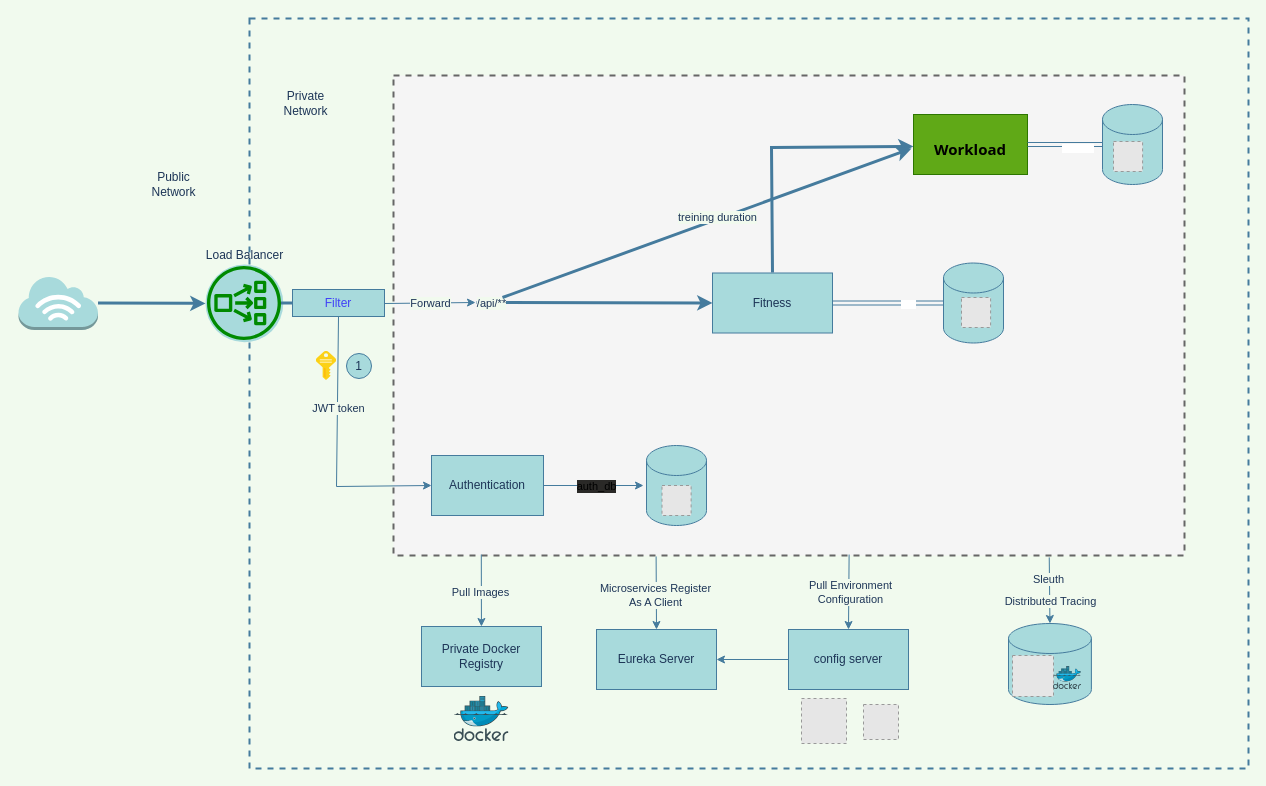
Earlier version of the draw.io diagram diagrams.drawio (komilovqudratjon/epam-microservices). Source tidied: cells renumbered, new cells numbered last; positions are measured from the earlier drawing's top-left corner, leaving out a move shared by most shapes. Both pictures are drawn from the tidied source at 100%, with x=0, y=0 at pixel (18, 18). Pictures stored in the file or linked from it are replaced by grey dashed boxes.
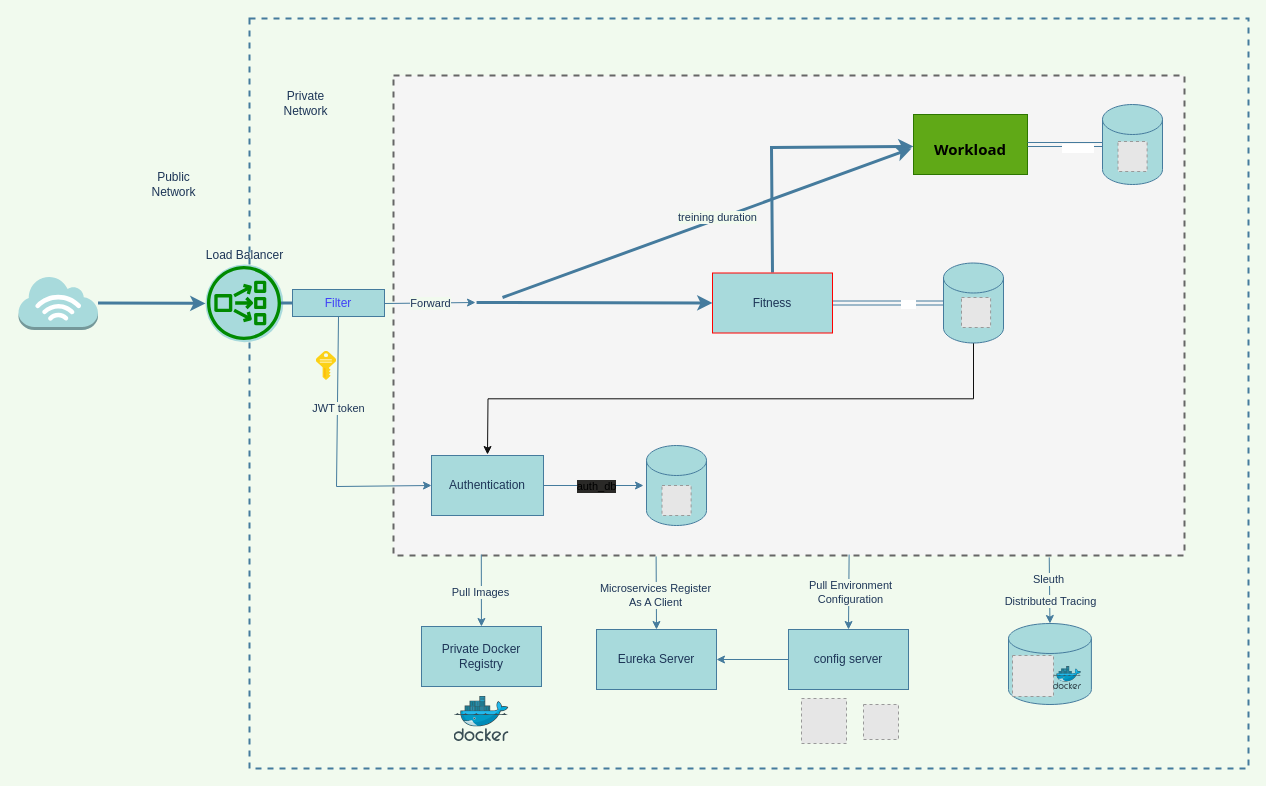
The same page after the edit.

The change refers to these unchanged cells:
```xml
<mxCell id="8" style="shape=cylinder3;whiteSpace=wrap;html=1;boundedLbl=1;backgroundOutline=1;size=15;rounded=0;fillColor=#A8DADC;strokeColor=#457B9D;fontColor=#1D3557;" parent="1" vertex="1">
  <mxGeometry x="925" y="244.5" width="60" height="80" as="geometry" />
</mxCell>
<mxCell id="46" style="edgeStyle=none;html=1;entryX=0;entryY=0.5;entryDx=0;entryDy=0;startArrow=none;startFill=0;endArrow=none;endFill=1;strokeWidth=3;fillColor=#A8DADC;strokeColor=#457B9D;rounded=0;labelBackgroundColor=#F1FAEE;fontColor=#1D3557;" parent="1" edge="1" source="23" target="45">
  <mxGeometry relative="1" as="geometry" />
</mxCell>
```

The edit, as a diff of the source:
```diff
@@
-    <mxCell id="7" value="Fitness" style="rounded=0;whiteSpace=wrap;html=1;fillColor=#A8DADC;strokeColor=#457B9D;fontColor=#1D3557;" parent="1" vertex="1">
+    <mxCell id="7" value="Fitness" style="rounded=0;whiteSpace=wrap;html=1;fillColor=#A8DADC;strokeColor=#FF0000;fontColor=#1D3557;" parent="1" vertex="1">
       <mxGeometry x="694" y="254.5" width="120" height="60" as="geometry" />
     </mxCell>
+    <mxCell id="58" style="edgeStyle=orthogonalEdgeStyle;rounded=0;jettySize=auto;html=1;exitX=0.5;exitY=1;exitDx=0;exitDy=0;exitPerimeter=0;strokeColor=#0F0F0F;" parent="1" edge="1" source="8">
+      <mxGeometry relative="1" as="geometry">
+        <mxPoint x="469" y="436" as="targetPoint" />
+      </mxGeometry>
+    </mxCell>
@@
-    <mxCell id="44" value="1" style="ellipse;whiteSpace=wrap;html=1;fillColor=#A8DADC;fontColor=#1D3557;strokeColor=#457B9D;rounded=0;" parent="1" vertex="1">
-      <mxGeometry x="328" y="335" width="25" height="25" as="geometry" />
-    </mxCell>
@@
-    <mxCell id="47" value="/api/**" style="edgeLabel;html=1;align=center;verticalAlign=middle;rounded=0;labelBackgroundColor=#F1FAEE;fontColor=#1D3557;" parent="46" vertex="1">
-      <mxGeometry x="-0.07" y="-1" relative="1" as="geometry">
-        <mxPoint x="205" y="-1" as="offset" />
-      </mxGeometry>
-    </mxCell>
@@
     <mxCell id="57" style="fillColor=#E6E6E6;strokeColor=#999999;dashed=1;verticalLabelPosition=bottom;labelBackgroundColor=#F1FAEE;verticalAlign=top;fontColor=#1D3557;" parent="1" vertex="1">
-      <mxGeometry x="1095" y="123" width="29.1" height="30" as="geometry" />
+      <mxGeometry x="1099.5" y="123" width="29.1" height="30" as="geometry" />
     </mxCell>
```
